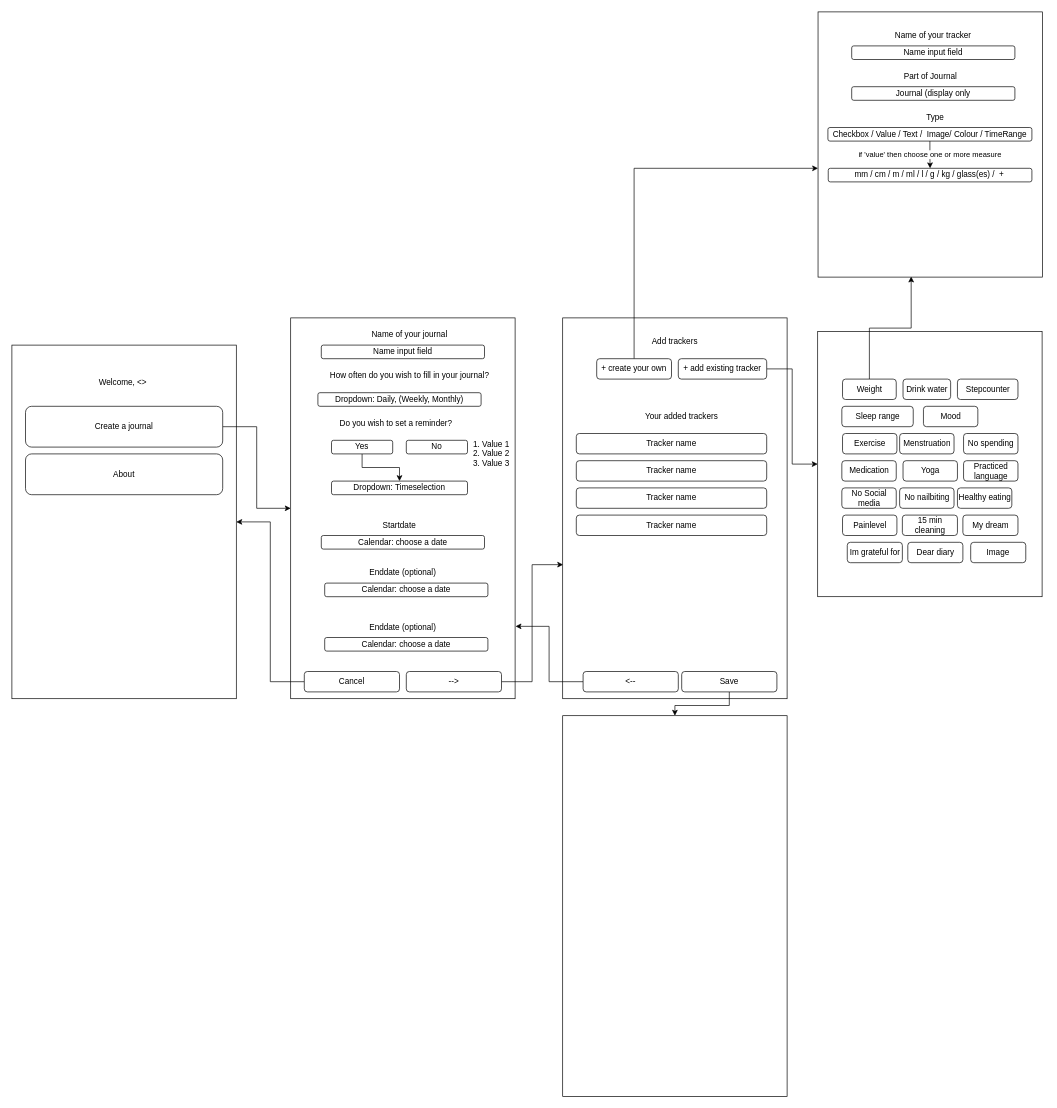
This is page "Stroomschema OLD" (1 of 5) of Documentation/tracker app.drawio from margotgradina/HabitHare, a draw.io file, before an edit. Source tidied: cells renumbered, new cells numbered last; positions are measured from the earlier drawing's top-left corner, leaving out a move shared by most shapes. Both pictures are drawn from the tidied source at 68%, with x=0, y=0 at pixel (12, 12).
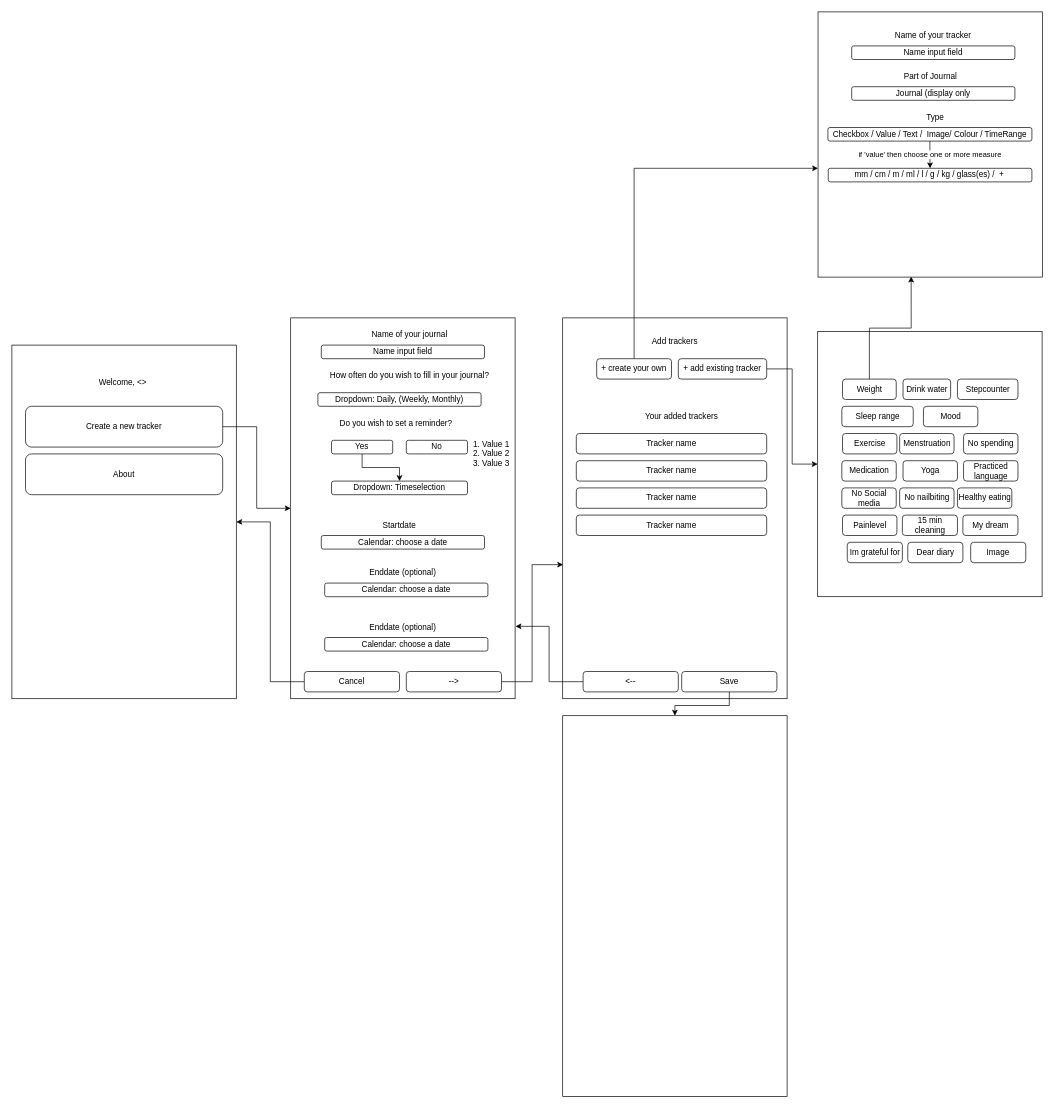
After the change.

What changed in the source:
```diff
@@
-    <mxCell id="5" value="Create a journal" style="rounded=1;whiteSpace=wrap;html=1;" parent="1" vertex="1">
+    <mxCell id="5" value="Create a new tracker" style="rounded=1;whiteSpace=wrap;html=1;" parent="1" vertex="1">
       <mxGeometry x="20" y="580" width="290" height="60" as="geometry" />
     </mxCell>
```
